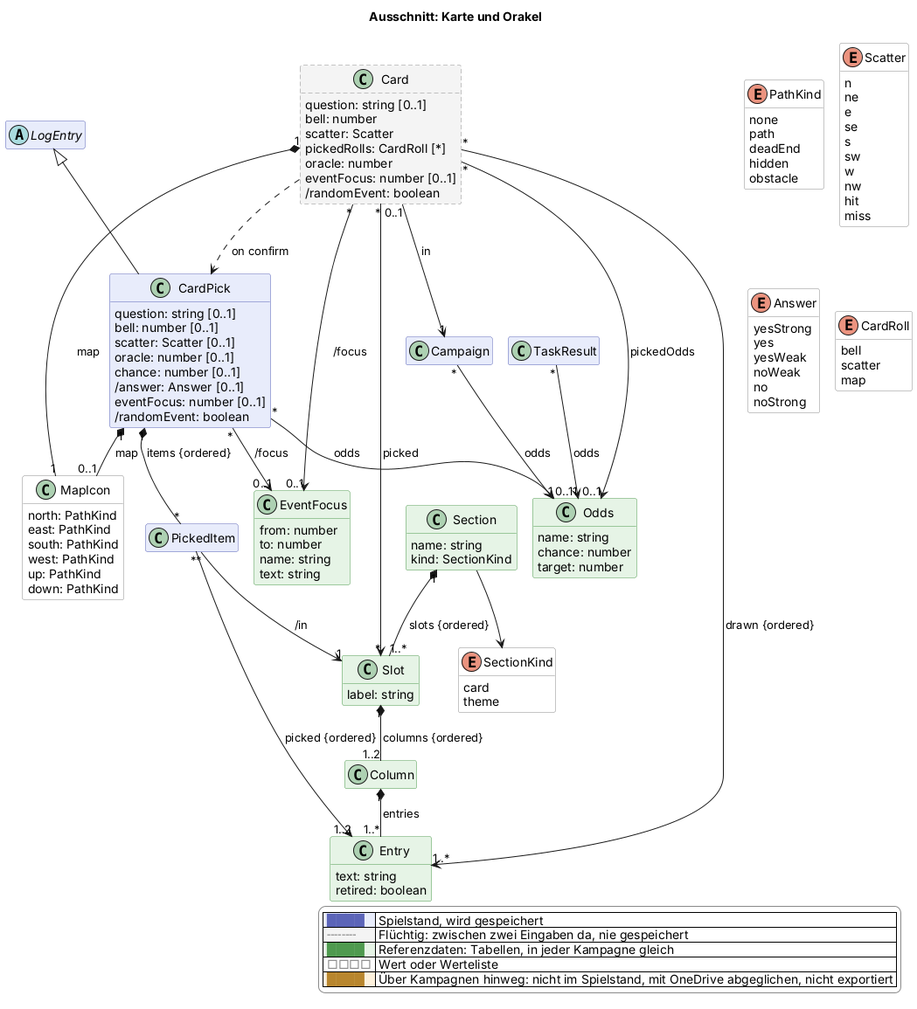
Above: docs/views/karte.png in scuzzar/SRE (PlantUML), before the change.
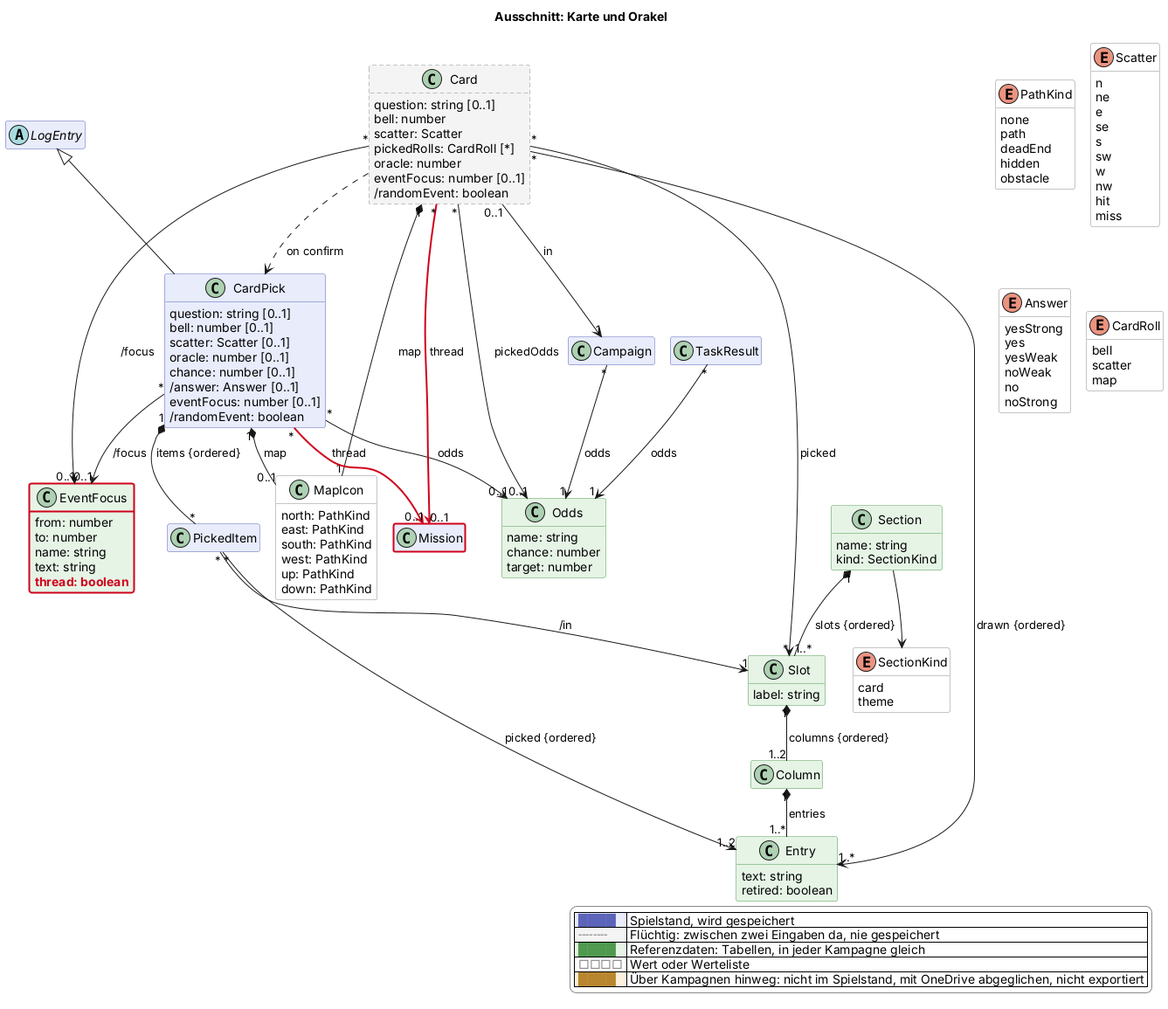
After the change.

What changed in the source:
```diff
@@ -74,6 +74,8 @@
 
 
 
+  class Mission $mission $newClass("2026-11-18")
+
   abstract class LogEntry $probe
   class CardPick $karte {
     question: string [0..1]
@@ -149,6 +151,7 @@
     to: number
     name: string
     text: string
+    $new("2026-11-18", "thread: boolean")
   }
   class Section <<reference>> $karte {
     name: string
@@ -193,6 +196,8 @@
 Card "*" --> "0..1" EventFocus : /focus
 CardPick "*" --> "0..1" EventFocus : /focus
 Card "1" *-- "1" MapIcon : map
+Card "*" -$newArrow("2026-11-18")-> "0..1" Mission : thread
+CardPick "*" -$newArrow("2026-11-18")-> "0..1" Mission : thread
 PickedItem "*" --> "1" Slot : /in
 PickedItem "*" --> "1..2" Entry : picked {ordered}
 Section "1" *-- "1..*" Slot : slots {ordered}
@@ -208,4 +213,5 @@
   |<#ffffff> <color:#8a8a8a>□□□□</color> | Wert oder Werteliste |
   |<#fdf1dc> <color:#b8862e>████</color> | Über Kampagnen hinweg: nicht im Spielstand, mit OneDrive abgeglichen, nicht exportiert |
 endlegend
+class EventFocus #line:d0021b;line.bold
 @enduml
```
